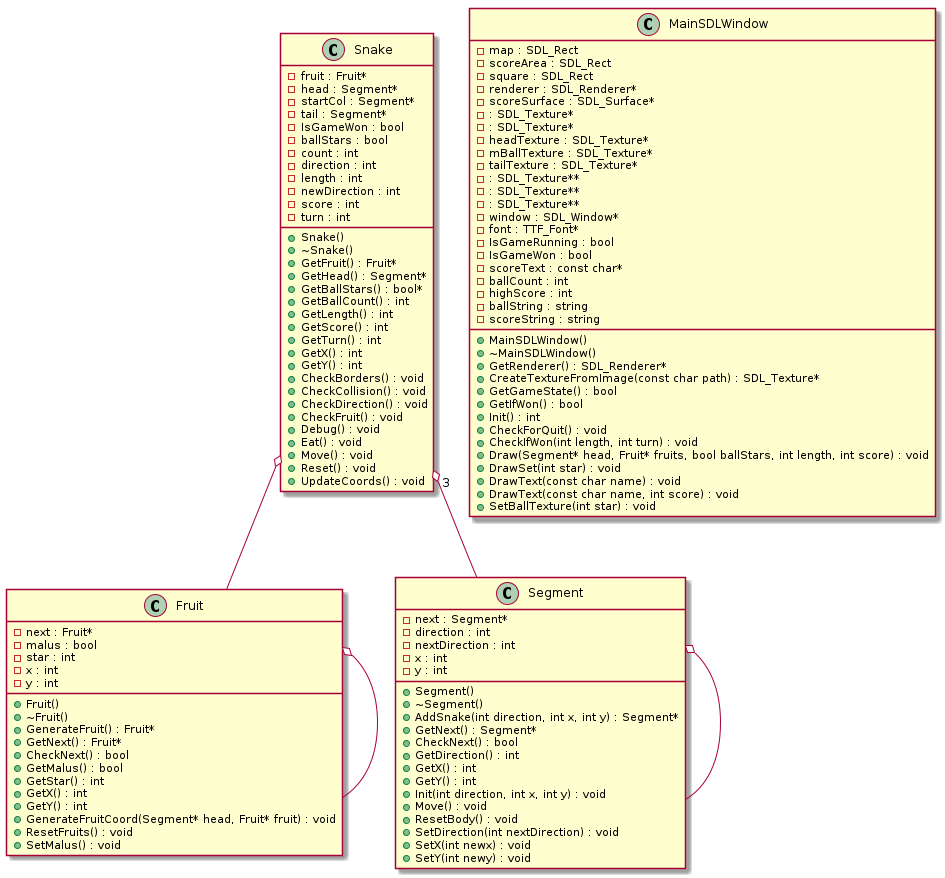
Sh4dy01/gtech1-b10-snake keeps this PlantUML diagram as uml/classes.png. Above is the earlier version.
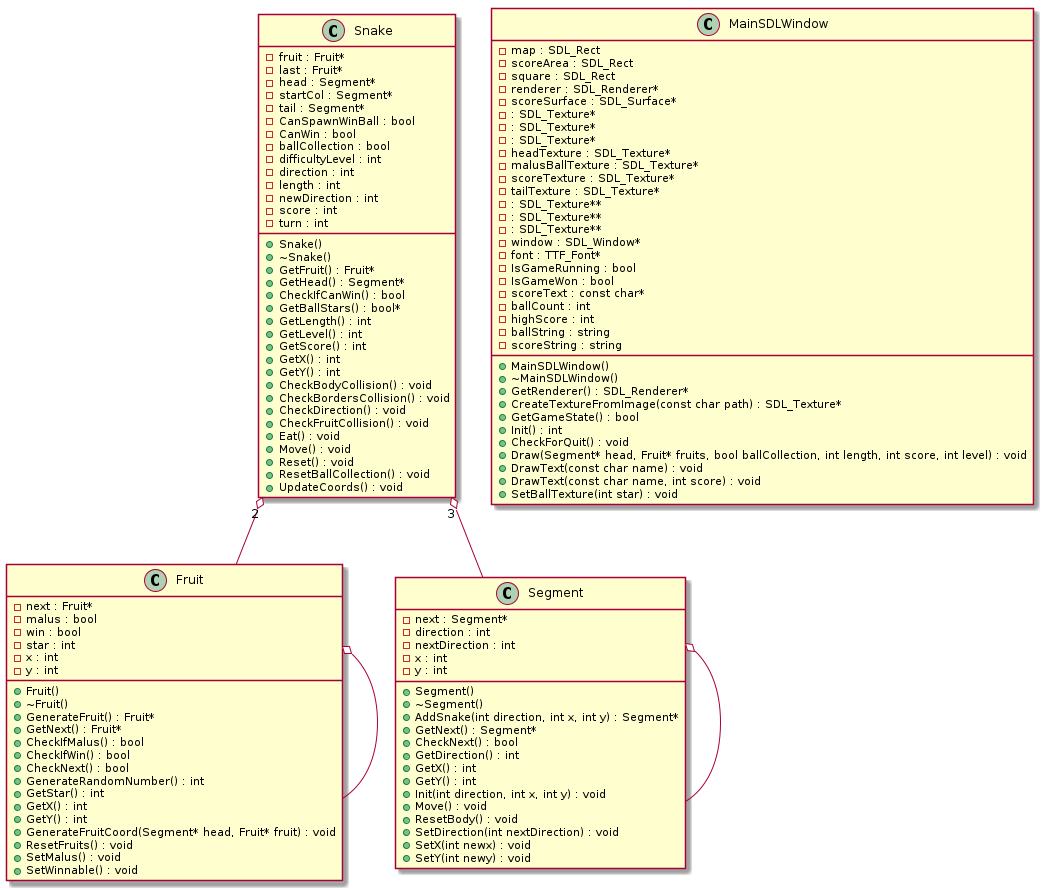
The same diagram one commit later.

The edit, as a diff of the source:
```diff
@@ -11,9 +11,12 @@
 	+GenerateFruit() : Fruit*
 	+GetNext() : Fruit*
 	-next : Fruit*
+	+CheckIfMalus() : bool
+	+CheckIfWin() : bool
 	+CheckNext() : bool
-	+GetMalus() : bool
 	-malus : bool
+	-win : bool
+	+GenerateRandomNumber() : int
 	+GetStar() : int
 	+GetX() : int
 	+GetY() : int
@@ -23,6 +26,7 @@
 	+GenerateFruitCoord(Segment* head, Fruit* fruit) : void
 	+ResetFruits() : void
 	+SetMalus() : void
+	+SetWinnable() : void
 }
 
 
@@ -37,9 +41,11 @@
 	-scoreSurface : SDL_Surface*
 	- : SDL_Texture*
 	- : SDL_Texture*
+	- : SDL_Texture*
 	+CreateTextureFromImage(const char path) : SDL_Texture*
 	-headTexture : SDL_Texture*
-	-mBallTexture : SDL_Texture*
+	-malusBallTexture : SDL_Texture*
+	-scoreTexture : SDL_Texture*
 	-tailTexture : SDL_Texture*
 	- : SDL_Texture**
 	- : SDL_Texture**
@@ -47,7 +53,6 @@
 	-window : SDL_Window*
 	-font : TTF_Font*
 	+GetGameState() : bool
-	+GetIfWon() : bool
 	-IsGameRunning : bool
 	-IsGameWon : bool
 	-scoreText : const char*
@@ -57,9 +62,7 @@
 	-ballString : string
 	-scoreString : string
 	+CheckForQuit() : void
-	+CheckIfWon(int length, int turn) : void
-	+Draw(Segment* head, Fruit* fruits, bool ballStars, int length, int score) : void
-	+DrawSet(int star) : void
+	+Draw(Segment* head, Fruit* fruits, bool ballCollection, int length, int score, int level) : void
 	+DrawText(const char name) : void
 	+DrawText(const char name, int score) : void
 	+SetBallTexture(int star) : void
@@ -94,33 +97,35 @@
 	+~Snake()
 	+GetFruit() : Fruit*
 	-fruit : Fruit*
+	-last : Fruit*
 	+GetHead() : Segment*
 	-head : Segment*
 	-startCol : Segment*
 	-tail : Segment*
-	-IsGameWon : bool
-	-ballStars : bool
+	-CanSpawnWinBall : bool
+	-CanWin : bool
+	+CheckIfCanWin() : bool
+	-ballCollection : bool
 	+GetBallStars() : bool*
-	+GetBallCount() : int
 	+GetLength() : int
+	+GetLevel() : int
 	+GetScore() : int
-	+GetTurn() : int
 	+GetX() : int
 	+GetY() : int
-	-count : int
+	-difficultyLevel : int
 	-direction : int
 	-length : int
 	-newDirection : int
 	-score : int
 	-turn : int
-	+CheckBorders() : void
-	+CheckCollision() : void
+	+CheckBodyCollision() : void
+	+CheckBordersCollision() : void
 	+CheckDirection() : void
-	+CheckFruit() : void
-	+Debug() : void
+	+CheckFruitCollision() : void
 	+Eat() : void
 	+Move() : void
 	+Reset() : void
+	+ResetBallCollection() : void
 	+UpdateCoords() : void
 }
 
@@ -139,7 +144,7 @@
 .Segment o-- .Segment
 
 
-.Snake o-- .Fruit
+.Snake "2" o-- .Fruit
 
 
 .Snake "3" o-- .Segment
```
